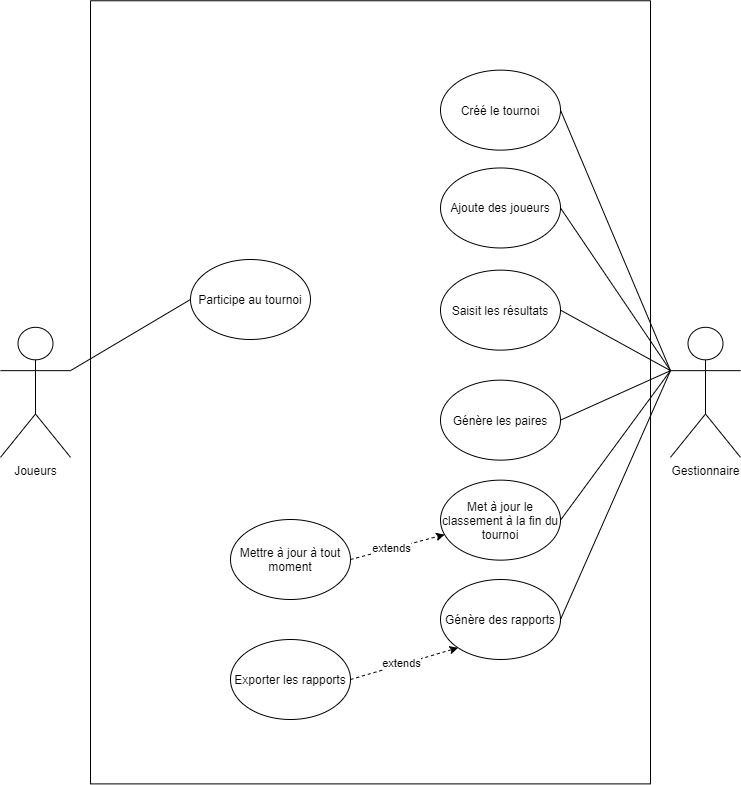
Above: tournoi_diagramme_usage.png in MiladEzame/tournoi_echecs (draw.io), before the change. Source tidied: cells renumbered, new cells last; positions are measured from the earlier drawing's top-left corner, leaving out a move shared by most shapes. The source it was exported from:
```xml
<mxGraphModel>
  <root>
    <mxCell id="0" />
    <mxCell id="1" parent="0" />
    <mxCell id="2" style="rounded=0;whiteSpace=wrap;html=1;rotation=-90;" parent="1" vertex="1">
      <mxGeometry x="0.4" y="41.8" width="783.1" height="560" as="geometry" />
    </mxCell>
    <mxCell id="3" value="Joueurs" style="shape=umlActor;verticalLabelPosition=bottom;verticalAlign=top;html=1;outlineConnect=0;" parent="1" vertex="1">
      <mxGeometry x="22" y="256.8" width="70" height="130" as="geometry" />
    </mxCell>
    <mxCell id="4" value="Créé le tournoi" style="ellipse;whiteSpace=wrap;html=1;fillColor=#ffffff;" parent="1" vertex="1">
      <mxGeometry x="462" y="-0.4" width="120" height="80" as="geometry" />
    </mxCell>
    <mxCell id="5" value="Gestionnaire" style="shape=umlActor;verticalLabelPosition=bottom;verticalAlign=top;html=1;outlineConnect=0;" parent="1" vertex="1">
      <mxGeometry x="692" y="256.8" width="70" height="130" as="geometry" />
    </mxCell>
    <mxCell id="6" value="Ajoute des joueurs" style="ellipse;whiteSpace=wrap;html=1;fillColor=#ffffff;" parent="1" vertex="1">
      <mxGeometry x="462" y="97.5" width="120" height="80" as="geometry" />
    </mxCell>
    <mxCell id="7" value="Saisit les résultats" style="ellipse;whiteSpace=wrap;html=1;fillColor=#ffffff;" parent="1" vertex="1">
      <mxGeometry x="462" y="199.6" width="120" height="80" as="geometry" />
    </mxCell>
    <mxCell id="8" value="Génère les paires" style="ellipse;whiteSpace=wrap;html=1;fillColor=#ffffff;" parent="1" vertex="1">
      <mxGeometry x="462" y="309.6" width="120" height="80" as="geometry" />
    </mxCell>
    <mxCell id="9" value="Met à jour le classement à la fin du tournoi" style="ellipse;whiteSpace=wrap;html=1;fillColor=#ffffff;" parent="1" vertex="1">
      <mxGeometry x="462" y="409.6" width="120" height="80" as="geometry" />
    </mxCell>
    <mxCell id="10" value="Mettre à jour à tout moment" style="ellipse;whiteSpace=wrap;html=1;fillColor=#ffffff;" parent="1" vertex="1">
      <mxGeometry x="252" y="449" width="120" height="80" as="geometry" />
    </mxCell>
    <mxCell id="11" style="endArrow=classic;html=1;exitX=1;exitY=0.5;exitDx=0;exitDy=0;dashed=1;" parent="1" edge="1" source="10" target="9">
      <mxGeometry relative="1" as="geometry" />
    </mxCell>
    <mxCell id="12" value="extends" style="edgeLabel;html=1;align=center;verticalAlign=middle;" parent="11" vertex="1">
      <mxGeometry x="0.42" y="1" relative="1" as="geometry">
        <mxPoint x="-26" y="7" as="offset" />
      </mxGeometry>
    </mxCell>
    <mxCell id="13" style="endArrow=none;html=1;strokeColor=#000000;exitX=0;exitY=0.3333333333333333;exitDx=0;exitDy=0;exitPerimeter=0;entryX=1;entryY=0.5;entryDx=0;entryDy=0;endFill=0;" parent="1" edge="1" source="5" target="4">
      <mxGeometry relative="1" as="geometry" />
    </mxCell>
    <mxCell id="14" style="endArrow=none;html=1;strokeColor=#000000;exitX=0;exitY=0.3333333333333333;exitDx=0;exitDy=0;exitPerimeter=0;entryX=1;entryY=0.5;entryDx=0;entryDy=0;endFill=0;" parent="1" edge="1" source="5" target="6">
      <mxGeometry relative="1" as="geometry" />
    </mxCell>
    <mxCell id="15" style="endArrow=none;html=1;strokeColor=#000000;entryX=1;entryY=0.5;entryDx=0;entryDy=0;exitX=0;exitY=0.3333333333333333;exitDx=0;exitDy=0;exitPerimeter=0;endFill=0;" parent="1" edge="1" source="5" target="7">
      <mxGeometry relative="1" as="geometry" />
    </mxCell>
    <mxCell id="16" style="endArrow=none;html=1;strokeColor=#000000;entryX=1;entryY=0.5;entryDx=0;entryDy=0;exitX=0;exitY=0.3333333333333333;exitDx=0;exitDy=0;exitPerimeter=0;endFill=0;" parent="1" edge="1" source="5" target="8">
      <mxGeometry relative="1" as="geometry" />
    </mxCell>
    <mxCell id="17" style="endArrow=none;html=1;strokeColor=#000000;entryX=1;entryY=0.5;entryDx=0;entryDy=0;exitX=0;exitY=0.3333333333333333;exitDx=0;exitDy=0;exitPerimeter=0;endFill=0;" parent="1" edge="1" source="5" target="9">
      <mxGeometry relative="1" as="geometry" />
    </mxCell>
    <mxCell id="18" value="Participe au tournoi" style="ellipse;whiteSpace=wrap;html=1;fillColor=#ffffff;" parent="1" vertex="1">
      <mxGeometry x="212" y="189" width="120" height="80" as="geometry" />
    </mxCell>
    <mxCell id="19" value="Génère des rapports" style="ellipse;whiteSpace=wrap;html=1;fillColor=#ffffff;" parent="1" vertex="1">
      <mxGeometry x="462" y="509" width="120" height="80" as="geometry" />
    </mxCell>
    <mxCell id="20" style="endArrow=none;html=1;strokeColor=#000000;entryX=1;entryY=0.5;entryDx=0;entryDy=0;exitX=0;exitY=0.3333333333333333;exitDx=0;exitDy=0;exitPerimeter=0;endFill=0;" parent="1" edge="1" source="5" target="19">
      <mxGeometry relative="1" as="geometry" />
    </mxCell>
    <mxCell id="21" style="endArrow=none;html=1;strokeColor=#000000;entryX=1;entryY=0.3333333333333333;entryDx=0;entryDy=0;exitX=0;exitY=0.5;exitDx=0;exitDy=0;endFill=0;entryPerimeter=0;" parent="1" edge="1" source="18" target="3">
      <mxGeometry relative="1" as="geometry" />
    </mxCell>
    <mxCell id="22" value="Exporter les rapports" style="ellipse;whiteSpace=wrap;html=1;fillColor=#ffffff;" parent="1" vertex="1">
      <mxGeometry x="252" y="569" width="120" height="80" as="geometry" />
    </mxCell>
    <mxCell id="23" style="endArrow=classic;html=1;exitX=1;exitY=0.5;exitDx=0;exitDy=0;dashed=1;entryX=0;entryY=1;entryDx=0;entryDy=0;" parent="1" edge="1" source="22" target="19">
      <mxGeometry relative="1" as="geometry" />
    </mxCell>
    <mxCell id="24" value="extends" style="edgeLabel;html=1;align=center;verticalAlign=middle;" parent="23" vertex="1">
      <mxGeometry x="0.42" y="1" relative="1" as="geometry">
        <mxPoint x="-26" y="7" as="offset" />
      </mxGeometry>
    </mxCell>
  </root>
</mxGraphModel>
```
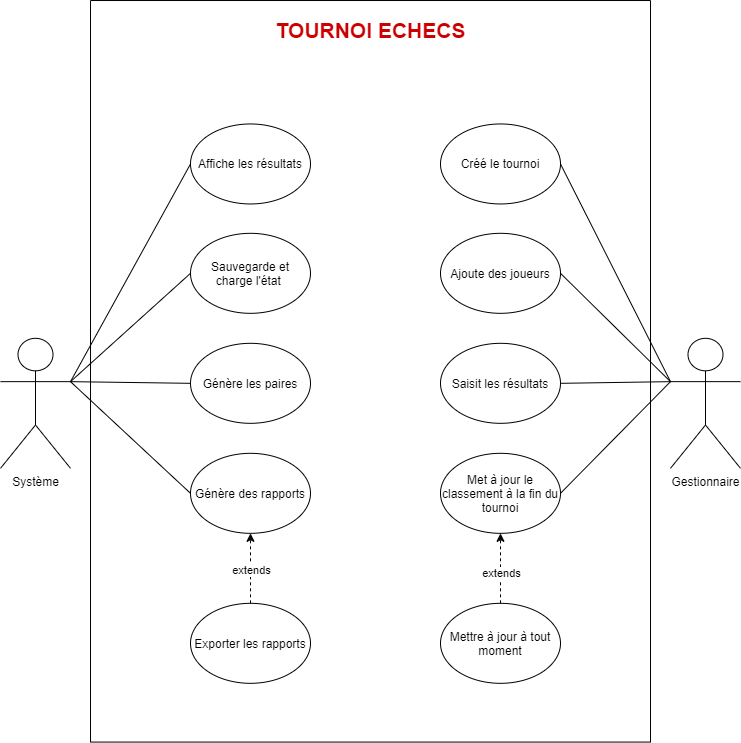
Later version of the same file.

Commit message:
created player class and tested it, modifier use case diagram

Diff of the diagram source:
```diff
@@ -3,38 +3,38 @@
     <mxCell id="0" />
     <mxCell id="1" parent="0" />
     <mxCell id="2" style="rounded=0;whiteSpace=wrap;html=1;rotation=-90;" parent="1" vertex="1">
-      <mxGeometry x="0.4" y="41.8" width="783.1" height="560" as="geometry" />
+      <mxGeometry x="21.2" y="9.8" width="741.6" height="560" as="geometry" />
     </mxCell>
-    <mxCell id="3" value="Joueurs" style="shape=umlActor;verticalLabelPosition=bottom;verticalAlign=top;html=1;outlineConnect=0;" parent="1" vertex="1">
+    <mxCell id="3" value="Système" style="shape=umlActor;verticalLabelPosition=bottom;verticalAlign=top;html=1;outlineConnect=0;" parent="1" vertex="1">
       <mxGeometry x="22" y="256.8" width="70" height="130" as="geometry" />
     </mxCell>
     <mxCell id="4" value="Créé le tournoi" style="ellipse;whiteSpace=wrap;html=1;fillColor=#ffffff;" parent="1" vertex="1">
-      <mxGeometry x="462" y="-0.4" width="120" height="80" as="geometry" />
+      <mxGeometry x="462" y="42.5" width="120" height="80" as="geometry" />
     </mxCell>
     <mxCell id="5" value="Gestionnaire" style="shape=umlActor;verticalLabelPosition=bottom;verticalAlign=top;html=1;outlineConnect=0;" parent="1" vertex="1">
       <mxGeometry x="692" y="256.8" width="70" height="130" as="geometry" />
     </mxCell>
     <mxCell id="6" value="Ajoute des joueurs" style="ellipse;whiteSpace=wrap;html=1;fillColor=#ffffff;" parent="1" vertex="1">
-      <mxGeometry x="462" y="97.5" width="120" height="80" as="geometry" />
+      <mxGeometry x="462" y="151.8" width="120" height="80" as="geometry" />
     </mxCell>
     <mxCell id="7" value="Saisit les résultats" style="ellipse;whiteSpace=wrap;html=1;fillColor=#ffffff;" parent="1" vertex="1">
-      <mxGeometry x="462" y="199.6" width="120" height="80" as="geometry" />
+      <mxGeometry x="462" y="261.8" width="120" height="80" as="geometry" />
     </mxCell>
     <mxCell id="8" value="Génère les paires" style="ellipse;whiteSpace=wrap;html=1;fillColor=#ffffff;" parent="1" vertex="1">
-      <mxGeometry x="462" y="309.6" width="120" height="80" as="geometry" />
+      <mxGeometry x="212" y="261.8" width="120" height="80" as="geometry" />
     </mxCell>
     <mxCell id="9" value="Met à jour le classement à la fin du tournoi" style="ellipse;whiteSpace=wrap;html=1;fillColor=#ffffff;" parent="1" vertex="1">
-      <mxGeometry x="462" y="409.6" width="120" height="80" as="geometry" />
+      <mxGeometry x="462" y="371.8" width="120" height="80" as="geometry" />
     </mxCell>
     <mxCell id="10" value="Mettre à jour à tout moment" style="ellipse;whiteSpace=wrap;html=1;fillColor=#ffffff;" parent="1" vertex="1">
-      <mxGeometry x="252" y="449" width="120" height="80" as="geometry" />
+      <mxGeometry x="462" y="521.8" width="120" height="80" as="geometry" />
     </mxCell>
-    <mxCell id="11" style="endArrow=classic;html=1;exitX=1;exitY=0.5;exitDx=0;exitDy=0;dashed=1;" parent="1" edge="1" source="10" target="9">
+    <mxCell id="11" style="endArrow=classic;html=1;exitX=0.5;exitY=0;exitDx=0;exitDy=0;dashed=1;" parent="1" edge="1" source="10" target="9">
       <mxGeometry relative="1" as="geometry" />
     </mxCell>
     <mxCell id="12" value="extends" style="edgeLabel;html=1;align=center;verticalAlign=middle;" parent="11" vertex="1">
       <mxGeometry x="0.42" y="1" relative="1" as="geometry">
-        <mxPoint x="-26" y="7" as="offset" />
+        <mxPoint x="1" y="20" as="offset" />
       </mxGeometry>
     </mxCell>
     <mxCell id="13" style="endArrow=none;html=1;strokeColor=#000000;exitX=0;exitY=0.3333333333333333;exitDx=0;exitDy=0;exitPerimeter=0;entryX=1;entryY=0.5;entryDx=0;entryDy=0;endFill=0;" parent="1" edge="1" source="5" target="4">
@@ -46,34 +46,43 @@
     <mxCell id="15" style="endArrow=none;html=1;strokeColor=#000000;entryX=1;entryY=0.5;entryDx=0;entryDy=0;exitX=0;exitY=0.3333333333333333;exitDx=0;exitDy=0;exitPerimeter=0;endFill=0;" parent="1" edge="1" source="5" target="7">
       <mxGeometry relative="1" as="geometry" />
     </mxCell>
-    <mxCell id="16" style="endArrow=none;html=1;strokeColor=#000000;entryX=1;entryY=0.5;entryDx=0;entryDy=0;exitX=0;exitY=0.3333333333333333;exitDx=0;exitDy=0;exitPerimeter=0;endFill=0;" parent="1" edge="1" source="5" target="8">
+    <mxCell id="16" style="endArrow=none;html=1;strokeColor=#000000;endFill=0;exitX=1;exitY=0.3333333333333333;exitDx=0;exitDy=0;exitPerimeter=0;entryX=0;entryY=0.5;entryDx=0;entryDy=0;" parent="1" edge="1" source="3" target="8">
       <mxGeometry relative="1" as="geometry" />
     </mxCell>
     <mxCell id="17" style="endArrow=none;html=1;strokeColor=#000000;entryX=1;entryY=0.5;entryDx=0;entryDy=0;exitX=0;exitY=0.3333333333333333;exitDx=0;exitDy=0;exitPerimeter=0;endFill=0;" parent="1" edge="1" source="5" target="9">
       <mxGeometry relative="1" as="geometry" />
     </mxCell>
-    <mxCell id="18" value="Participe au tournoi" style="ellipse;whiteSpace=wrap;html=1;fillColor=#ffffff;" parent="1" vertex="1">
-      <mxGeometry x="212" y="189" width="120" height="80" as="geometry" />
+    <mxCell id="18" value="Sauvegarde et charge l'état&amp;nbsp;" style="ellipse;whiteSpace=wrap;html=1;fillColor=#ffffff;" parent="1" vertex="1">
+      <mxGeometry x="212" y="151.8" width="120" height="80" as="geometry" />
     </mxCell>
     <mxCell id="19" value="Génère des rapports" style="ellipse;whiteSpace=wrap;html=1;fillColor=#ffffff;" parent="1" vertex="1">
-      <mxGeometry x="462" y="509" width="120" height="80" as="geometry" />
+      <mxGeometry x="212" y="371.8" width="120" height="80" as="geometry" />
     </mxCell>
-    <mxCell id="20" style="endArrow=none;html=1;strokeColor=#000000;entryX=1;entryY=0.5;entryDx=0;entryDy=0;exitX=0;exitY=0.3333333333333333;exitDx=0;exitDy=0;exitPerimeter=0;endFill=0;" parent="1" edge="1" source="5" target="19">
+    <mxCell id="20" style="endArrow=none;html=1;strokeColor=#000000;entryX=0;entryY=0.5;entryDx=0;entryDy=0;exitX=1;exitY=0.3333333333333333;exitDx=0;exitDy=0;exitPerimeter=0;endFill=0;" parent="1" edge="1" source="3" target="19">
       <mxGeometry relative="1" as="geometry" />
     </mxCell>
     <mxCell id="21" style="endArrow=none;html=1;strokeColor=#000000;entryX=1;entryY=0.3333333333333333;entryDx=0;entryDy=0;exitX=0;exitY=0.5;exitDx=0;exitDy=0;endFill=0;entryPerimeter=0;" parent="1" edge="1" source="18" target="3">
       <mxGeometry relative="1" as="geometry" />
     </mxCell>
     <mxCell id="22" value="Exporter les rapports" style="ellipse;whiteSpace=wrap;html=1;fillColor=#ffffff;" parent="1" vertex="1">
-      <mxGeometry x="252" y="569" width="120" height="80" as="geometry" />
+      <mxGeometry x="212" y="521.8" width="120" height="80" as="geometry" />
     </mxCell>
-    <mxCell id="23" style="endArrow=classic;html=1;exitX=1;exitY=0.5;exitDx=0;exitDy=0;dashed=1;entryX=0;entryY=1;entryDx=0;entryDy=0;" parent="1" edge="1" source="22" target="19">
+    <mxCell id="23" style="endArrow=classic;html=1;exitX=0.5;exitY=0;exitDx=0;exitDy=0;dashed=1;entryX=0.5;entryY=1;entryDx=0;entryDy=0;" parent="1" edge="1" source="22" target="19">
       <mxGeometry relative="1" as="geometry" />
     </mxCell>
     <mxCell id="24" value="extends" style="edgeLabel;html=1;align=center;verticalAlign=middle;" parent="23" vertex="1">
       <mxGeometry x="0.42" y="1" relative="1" as="geometry">
-        <mxPoint x="-26" y="7" as="offset" />
+        <mxPoint x="1" y="17" as="offset" />
       </mxGeometry>
     </mxCell>
+    <mxCell id="25" value="Affiche les résultats" style="ellipse;whiteSpace=wrap;html=1;fillColor=#ffffff;" parent="1" vertex="1">
+      <mxGeometry x="212" y="42.5" width="120" height="80" as="geometry" />
+    </mxCell>
+    <mxCell id="26" style="endArrow=none;html=1;strokeColor=#000000;entryX=1;entryY=0.3333333333333333;entryDx=0;entryDy=0;exitX=0;exitY=0.5;exitDx=0;exitDy=0;endFill=0;entryPerimeter=0;" parent="1" edge="1" source="25" target="3">
+      <mxGeometry relative="1" as="geometry" />
+    </mxCell>
+    <mxCell id="27" value="&lt;font style=&quot;font-size: 21px&quot;&gt;TOURNOI ECHECS&lt;/font&gt;" style="text;html=1;strokeColor=none;fillColor=none;align=center;verticalAlign=middle;whiteSpace=wrap;rounded=0;fontStyle=1;fontColor=#CC0000;" parent="1" vertex="1">
+      <mxGeometry x="284.5" y="-61" width="215" height="20" as="geometry" />
+    </mxCell>
   </root>
 </mxGraphModel>
```
